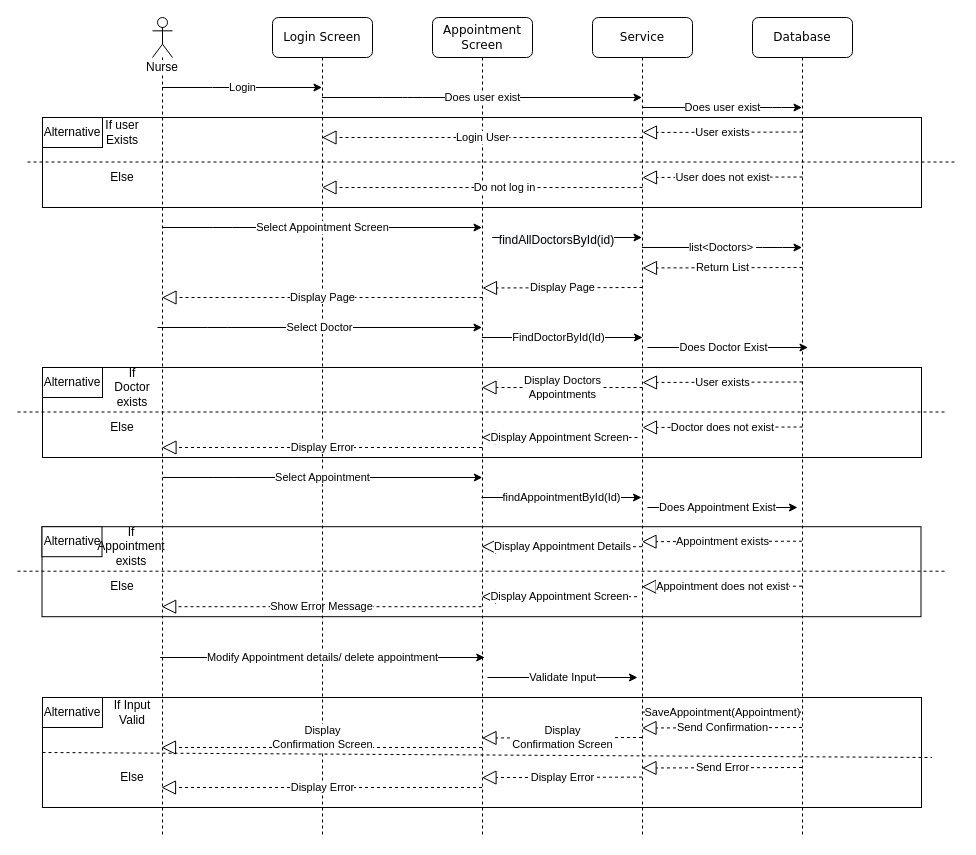
Earlier version of the draw.io diagram page "Modify/ Delete Appointment" (3 of 5) of Sequence/Nurse Sequence Diagram.drawio (mattdear/circle-lab-project). Source tidied: cells renumbered, new cells numbered last; positions are measured from the earlier drawing's top-left corner, leaving out a move shared by most shapes. Both pictures are drawn from the tidied source at 100%, with x=0, y=0 at pixel (17, 17).
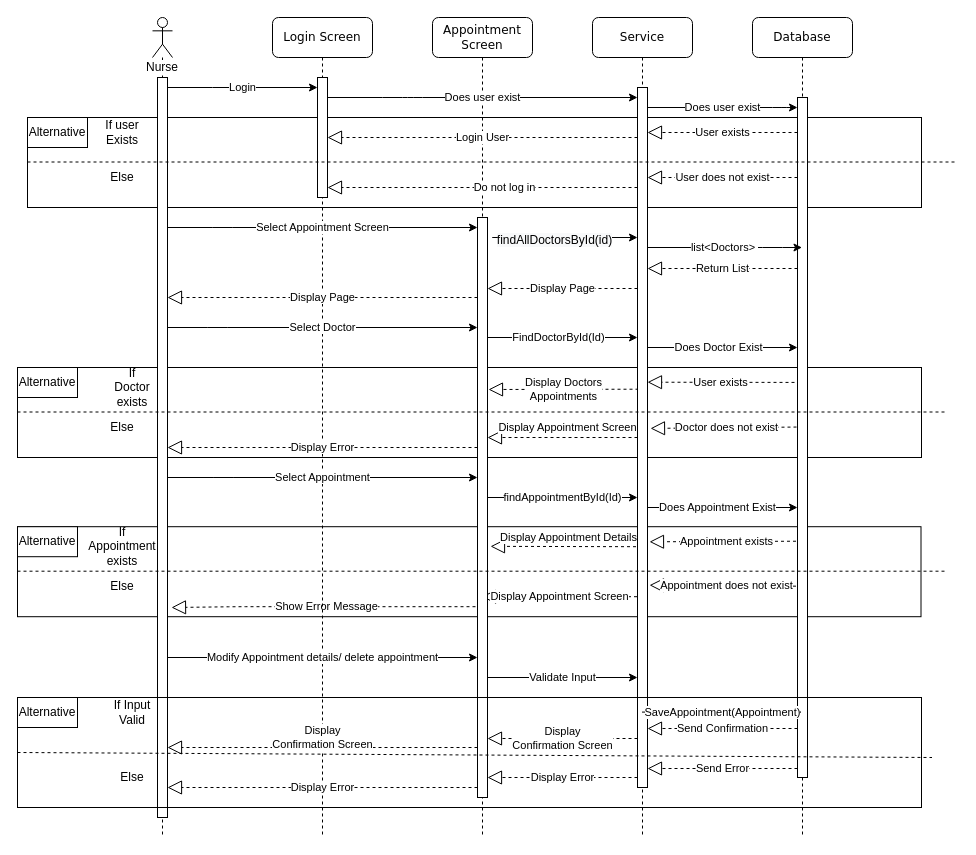
The same diagram, later.

The change refers to these unchanged cells:
```xml
<mxCell id="19" value="Appointment Screen" style="shape=umlLifeline;perimeter=lifelinePerimeter;whiteSpace=wrap;html=1;outlineConnect=0;rounded=1;shadow=0;comic=0;labelBackgroundColor=none;strokeWidth=1;fontFamily=Verdana;fontSize=12;align=center;" parent="1" vertex="1">
  <mxGeometry x="415" width="100" height="820" as="geometry" />
</mxCell>
<mxCell id="20" value="Nurse" style="shape=umlLifeline;participant=umlActor;perimeter=lifelinePerimeter;whiteSpace=wrap;html=1;verticalAlign=top;spacingTop=36;labelBackgroundColor=#ffffff;outlineConnect=0;" parent="1" vertex="1">
  <mxGeometry x="135" width="20" height="820" as="geometry" />
</mxCell>
<mxCell id="21" value="Login Screen" style="shape=umlLifeline;perimeter=lifelinePerimeter;whiteSpace=wrap;html=1;outlineConnect=0;rounded=1;shadow=0;comic=0;labelBackgroundColor=none;strokeWidth=1;fontFamily=Verdana;fontSize=12;align=center;" parent="1" vertex="1">
  <mxGeometry x="255" width="100" height="820" as="geometry" />
</mxCell>
<mxCell id="22" value="Service" style="shape=umlLifeline;perimeter=lifelinePerimeter;whiteSpace=wrap;html=1;outlineConnect=0;rounded=1;shadow=0;comic=0;labelBackgroundColor=none;strokeWidth=1;fontFamily=Verdana;fontSize=12;align=center;" parent="1" vertex="1">
  <mxGeometry x="575" width="100" height="820" as="geometry" />
</mxCell>
<mxCell id="23" value="Database" style="shape=umlLifeline;perimeter=lifelinePerimeter;whiteSpace=wrap;html=1;outlineConnect=0;rounded=1;shadow=0;comic=0;labelBackgroundColor=none;strokeWidth=1;fontFamily=Verdana;fontSize=12;align=center;" parent="1" vertex="1">
  <mxGeometry x="735" width="100" height="820" as="geometry" />
</mxCell>
```

What changed in the source:
```diff
@@
     <mxCell id="2" style="rounded=0;whiteSpace=wrap;html=1;" parent="1" vertex="1">
-      <mxGeometry x="24.5" y="509.2" width="879" height="90" as="geometry" />
+      <mxGeometry y="509.2" width="903.5" height="90" as="geometry" />
     </mxCell>
-    <mxCell id="3" value="Appointment exists" style="endArrow=block;dashed=1;endFill=0;endSize=12;html=1;" parent="1" edge="1">
+    <mxCell id="3" value="Appointment exists" style="endArrow=block;dashed=1;endFill=0;endSize=12;html=1;entryX=1.2;entryY=0.649;entryDx=0;entryDy=0;entryPerimeter=0;" parent="1" edge="1" target="69">
       <mxGeometry relative="1" as="geometry">
         <mxPoint x="784.5" y="523.7" as="sourcePoint" />
-        <mxPoint x="624.5" y="524.2" as="targetPoint" />
       </mxGeometry>
     </mxCell>
     <mxCell id="4" value="Alternative" style="rounded=0;whiteSpace=wrap;html=1;" parent="1" vertex="1">
-      <mxGeometry x="24.5" y="509.2" width="60" height="30" as="geometry" />
+      <mxGeometry y="509.2" width="60" height="30" as="geometry" />
     </mxCell>
     <mxCell id="5" value="If Appointment exists" style="text;html=1;strokeColor=none;fillColor=none;align=center;verticalAlign=middle;whiteSpace=wrap;rounded=0;" parent="1" vertex="1">
-      <mxGeometry x="94" y="519.2" width="40" height="20" as="geometry" />
+      <mxGeometry x="84.5" y="519.2" width="40" height="20" as="geometry" />
     </mxCell>
-    <mxCell id="6" value="Display Appointment Details" style="endArrow=block;dashed=1;endFill=0;endSize=12;html=1;" parent="1" edge="1">
-      <mxGeometry relative="1" as="geometry">
+    <mxCell id="6" value="Display Appointment Details" style="endArrow=block;dashed=1;endFill=0;endSize=12;html=1;entryX=1.3;entryY=0.567;entryDx=0;entryDy=0;entryPerimeter=0;" parent="1" edge="1" target="66">
+      <mxGeometry x="-0.02" y="-9" relative="1" as="geometry">
         <mxPoint x="624.5" y="529.2" as="sourcePoint" />
-        <mxPoint x="464.2" y="529.2" as="targetPoint" />
       </mxGeometry>
     </mxCell>
@@
-    <mxCell id="8" value="Appointment does not exist" style="endArrow=block;dashed=1;endFill=0;endSize=12;html=1;" parent="1" edge="1">
+    <mxCell id="8" value="Appointment does not exist" style="endArrow=block;dashed=1;endFill=0;endSize=12;html=1;entryX=1.2;entryY=0.711;entryDx=0;entryDy=0;entryPerimeter=0;" parent="1" edge="1" target="69">
       <mxGeometry relative="1" as="geometry">
         <mxPoint x="784.5" y="568.7" as="sourcePoint" />
-        <mxPoint x="624.5" y="569.2" as="targetPoint" />
       </mxGeometry>
     </mxCell>
@@
     <mxCell id="10" value="Show Error Message" style="endArrow=block;dashed=1;endFill=0;endSize=12;html=1;" parent="1" edge="1">
       <mxGeometry relative="1" as="geometry">
         <mxPoint x="464" y="589.2" as="sourcePoint" />
-        <mxPoint x="144.2" y="589.2" as="targetPoint" />
+        <mxPoint x="154" y="590" as="targetPoint" />
         <Array as="points">
           <mxPoint x="219.5" y="589.2" />
         </Array>
       </mxGeometry>
     </mxCell>
     <mxCell id="11" style="rounded=0;whiteSpace=wrap;html=1;" parent="1" vertex="1">
-      <mxGeometry x="25" y="350" width="879" height="90" as="geometry" />
+      <mxGeometry y="350" width="904" height="90" as="geometry" />
     </mxCell>
-    <mxCell id="12" value="User exists" style="endArrow=block;dashed=1;endFill=0;endSize=12;html=1;" parent="1" edge="1">
-      <mxGeometry relative="1" as="geometry">
-        <mxPoint x="785" y="364.5" as="sourcePoint" />
-        <mxPoint x="625" y="365" as="targetPoint" />
-      </mxGeometry>
+    <mxCell id="12" value="User exists" style="endArrow=block;dashed=1;endFill=0;endSize=12;html=1;entryX=1;entryY=0.421;entryDx=0;entryDy=0;entryPerimeter=0;exitX=-0.3;exitY=0.419;exitDx=0;exitDy=0;exitPerimeter=0;" parent="1" edge="1" source="70" target="69">
+      <mxGeometry relative="1" as="geometry" />
     </mxCell>
     <mxCell id="13" value="Alternative" style="rounded=0;whiteSpace=wrap;html=1;" parent="1" vertex="1">
-      <mxGeometry x="25" y="350" width="60" height="30" as="geometry" />
+      <mxGeometry y="350" width="60" height="30" as="geometry" />
     </mxCell>
@@
-    <mxCell id="15" value="Display Doctors&lt;br&gt;Appointments" style="endArrow=block;dashed=1;endFill=0;endSize=12;html=1;" parent="1" edge="1" target="19">
+    <mxCell id="15" value="Display Doctors&lt;br&gt;Appointments" style="endArrow=block;dashed=1;endFill=0;endSize=12;html=1;exitX=0.1;exitY=0.431;exitDx=0;exitDy=0;exitPerimeter=0;" parent="1" edge="1" source="69">
       <mxGeometry relative="1" as="geometry">
-        <mxPoint x="625" y="370" as="sourcePoint" />
+        <mxPoint x="471" y="372" as="targetPoint" />
       </mxGeometry>
     </mxCell>
@@
-    <mxCell id="17" value="Doctor does not exist" style="endArrow=block;dashed=1;endFill=0;endSize=12;html=1;" parent="1" edge="1">
+    <mxCell id="17" value="Doctor does not exist" style="endArrow=block;dashed=1;endFill=0;endSize=12;html=1;entryX=1.3;entryY=0.487;entryDx=0;entryDy=0;entryPerimeter=0;" parent="1" edge="1" target="69">
       <mxGeometry relative="1" as="geometry">
         <mxPoint x="785" y="409.5" as="sourcePoint" />
-        <mxPoint x="625" y="410" as="targetPoint" />
       </mxGeometry>
     </mxCell>
     <mxCell id="18" style="rounded=0;whiteSpace=wrap;html=1;" parent="1" vertex="1">
-      <mxGeometry x="25" y="100" width="879" height="90" as="geometry" />
+      <mxGeometry x="10" y="100" width="894" height="90" as="geometry" />
     </mxCell>
@@
+    <mxCell id="66" style="html=1;points=[];perimeter=orthogonalPerimeter;fillColor=#ffffff;" parent="19" vertex="1">
+      <mxGeometry x="45" y="200" width="10" height="580" as="geometry" />
+    </mxCell>
@@
+    <mxCell id="67" style="html=1;perimeter=orthogonalPerimeter;fillColor=#ffffff;" parent="20" vertex="1">
+      <mxGeometry x="5" y="60" width="10" height="740" as="geometry" />
+    </mxCell>
@@
+    <mxCell id="68" style="html=1;perimeter=orthogonalPerimeter;fillColor=#ffffff;" parent="21" vertex="1">
+      <mxGeometry x="45" y="60" width="10" height="120" as="geometry" />
+    </mxCell>
@@
+    <mxCell id="69" style="html=1;points=[];perimeter=orthogonalPerimeter;fillColor=#ffffff;" parent="22" vertex="1">
+      <mxGeometry x="45" y="70" width="10" height="700" as="geometry" />
+    </mxCell>
@@
+    <mxCell id="70" style="html=1;points=[];perimeter=orthogonalPerimeter;fillColor=#ffffff;" parent="23" vertex="1">
+      <mxGeometry x="45" y="80" width="10" height="680" as="geometry" />
+    </mxCell>
-    <mxCell id="24" value="Login" style="endArrow=classic;html=1;" parent="1" edge="1" source="20" target="21">
+    <mxCell id="24" value="Login" style="endArrow=classic;html=1;" parent="1" edge="1">
       <mxGeometry relative="1" as="geometry">
+        <mxPoint x="150" y="70" as="sourcePoint" />
+        <mxPoint x="300" y="70" as="targetPoint" />
         <Array as="points">
           <mxPoint x="205" y="70" />
         </Array>
       </mxGeometry>
     </mxCell>
-    <mxCell id="25" value="Does user exist" style="endArrow=classic;html=1;" parent="1" edge="1" source="21" target="22">
+    <mxCell id="25" value="Does user exist" style="endArrow=classic;html=1;" parent="1" edge="1">
       <mxGeometry relative="1" as="geometry">
+        <mxPoint x="310" y="80" as="sourcePoint" />
+        <mxPoint x="620" y="80" as="targetPoint" />
         <Array as="points">
           <mxPoint x="375" y="80" />
           <mxPoint x="395" y="80" />
         </Array>
       </mxGeometry>
     </mxCell>
-    <mxCell id="26" value="Does user exist" style="endArrow=classic;html=1;" parent="1" edge="1" source="22" target="23">
+    <mxCell id="26" value="Does user exist" style="endArrow=classic;html=1;" parent="1" edge="1">
       <mxGeometry relative="1" as="geometry">
+        <mxPoint x="630" y="90" as="sourcePoint" />
+        <mxPoint x="780" y="90" as="targetPoint" />
         <Array as="points">
           <mxPoint x="725" y="90" />
           <mxPoint x="765" y="90" />
         </Array>
       </mxGeometry>
     </mxCell>
     <mxCell id="27" value="User exists" style="endArrow=block;dashed=1;endFill=0;endSize=12;html=1;" parent="1" edge="1">
       <mxGeometry relative="1" as="geometry">
-        <mxPoint x="785" y="114.5" as="sourcePoint" />
-        <mxPoint x="625" y="115" as="targetPoint" />
+        <mxPoint x="780" y="115" as="sourcePoint" />
+        <mxPoint x="630" y="115" as="targetPoint" />
       </mxGeometry>
     </mxCell>
     <mxCell id="28" value="Alternative" style="rounded=0;whiteSpace=wrap;html=1;" parent="1" vertex="1">
-      <mxGeometry x="25" y="100" width="60" height="30" as="geometry" />
+      <mxGeometry x="10" y="100" width="60" height="30" as="geometry" />
     </mxCell>
@@
-    <mxCell id="30" value="Login User" style="endArrow=block;dashed=1;endFill=0;endSize=12;html=1;" parent="1" edge="1" target="21">
+    <mxCell id="30" value="Login User" style="endArrow=block;dashed=1;endFill=0;endSize=12;html=1;" parent="1" edge="1">
       <mxGeometry relative="1" as="geometry">
-        <mxPoint x="625" y="120" as="sourcePoint" />
+        <mxPoint x="620" y="120" as="sourcePoint" />
+        <mxPoint x="310" y="120" as="targetPoint" />
       </mxGeometry>
     </mxCell>
@@
     <mxCell id="32" value="User does not exist" style="endArrow=block;dashed=1;endFill=0;endSize=12;html=1;" parent="1" edge="1">
       <mxGeometry relative="1" as="geometry">
-        <mxPoint x="785" y="159.5" as="sourcePoint" />
-        <mxPoint x="625" y="160" as="targetPoint" />
+        <mxPoint x="780" y="160" as="sourcePoint" />
+        <mxPoint x="630" y="160" as="targetPoint" />
       </mxGeometry>
     </mxCell>
-    <mxCell id="33" value="Do not log in" style="endArrow=block;dashed=1;endFill=0;endSize=12;html=1;" parent="1" edge="1" target="21">
+    <mxCell id="33" value="Do not log in" style="endArrow=block;dashed=1;endFill=0;endSize=12;html=1;" parent="1" edge="1">
       <mxGeometry x="-0.14" relative="1" as="geometry">
-        <mxPoint x="625" y="170" as="sourcePoint" />
+        <mxPoint x="620" y="170" as="sourcePoint" />
+        <mxPoint x="310" y="170" as="targetPoint" />
       </mxGeometry>
     </mxCell>
-    <mxCell id="34" value="Select Appointment Screen" style="endArrow=classic;html=1;" parent="1" edge="1" target="19">
+    <mxCell id="34" value="Select Appointment Screen" style="endArrow=classic;html=1;" parent="1" edge="1">
       <mxGeometry relative="1" as="geometry">
-        <mxPoint x="145" y="210" as="sourcePoint" />
+        <mxPoint x="150" y="210" as="sourcePoint" />
+        <mxPoint x="460" y="210" as="targetPoint" />
         <Array as="points">
           <mxPoint x="205.3" y="210" />
         </Array>
       </mxGeometry>
     </mxCell>
-    <mxCell id="35" style="endArrow=classic;html=1;" parent="1" edge="1" target="22">
+    <mxCell id="35" style="endArrow=classic;html=1;" parent="1" edge="1">
       <mxGeometry relative="1" as="geometry">
         <mxPoint x="490" y="220" as="sourcePoint" />
+        <mxPoint x="620" y="220" as="targetPoint" />
         <Array as="points">
           <mxPoint x="470" y="220" />
         </Array>
       </mxGeometry>
     </mxCell>
@@
-    <mxCell id="37" value="list&amp;lt;Doctors&amp;gt;&amp;nbsp;" style="endArrow=classic;html=1;" parent="1" edge="1" source="22" target="23">
+    <mxCell id="37" value="list&amp;lt;Doctors&amp;gt;&amp;nbsp;" style="endArrow=classic;html=1;" parent="1" edge="1" target="23">
       <mxGeometry relative="1" as="geometry">
+        <mxPoint x="630" y="230" as="sourcePoint" />
         <Array as="points">
           <mxPoint x="755" y="230" />
         </Array>
       </mxGeometry>
     </mxCell>
     <mxCell id="38" value="Return List" style="endArrow=block;dashed=1;endFill=0;endSize=12;html=1;" parent="1" edge="1">
       <mxGeometry relative="1" as="geometry">
-        <mxPoint x="785" y="250" as="sourcePoint" />
-        <mxPoint x="625" y="250.5" as="targetPoint" />
+        <mxPoint x="780" y="251" as="sourcePoint" />
+        <mxPoint x="630" y="251" as="targetPoint" />
       </mxGeometry>
     </mxCell>
     <mxCell id="39" value="Display Page" style="endArrow=block;dashed=1;endFill=0;endSize=12;html=1;" parent="1" edge="1">
       <mxGeometry relative="1" as="geometry">
-        <mxPoint x="625" y="270" as="sourcePoint" />
-        <mxPoint x="465" y="270.5" as="targetPoint" />
+        <mxPoint x="620" y="271" as="sourcePoint" />
+        <mxPoint x="470" y="271" as="targetPoint" />
       </mxGeometry>
     </mxCell>
-    <mxCell id="40" value="Display Page" style="endArrow=block;dashed=1;endFill=0;endSize=12;html=1;" parent="1" edge="1" target="20">
+    <mxCell id="40" value="Display Page" style="endArrow=block;dashed=1;endFill=0;endSize=12;html=1;" parent="1" edge="1">
       <mxGeometry relative="1" as="geometry">
-        <mxPoint x="465" y="280" as="sourcePoint" />
+        <mxPoint x="460" y="280" as="sourcePoint" />
+        <mxPoint x="150" y="280" as="targetPoint" />
       </mxGeometry>
     </mxCell>
     <mxCell id="41" value="Select Appointment" style="endArrow=classic;html=1;" parent="1" edge="1">
       <mxGeometry relative="1" as="geometry">
-        <mxPoint x="145.2" y="460" as="sourcePoint" />
-        <mxPoint x="464.8" y="460" as="targetPoint" />
+        <mxPoint x="150" y="460" as="sourcePoint" />
+        <mxPoint x="460" y="460" as="targetPoint" />
         <Array as="points">
           <mxPoint x="205.6" y="460" />
         </Array>
       </mxGeometry>
     </mxCell>
     <mxCell id="42" value="findAppointmentById(Id)" style="endArrow=classic;html=1;" parent="1" edge="1">
       <mxGeometry relative="1" as="geometry">
-        <mxPoint x="464" y="480" as="sourcePoint" />
-        <mxPoint x="624" y="480" as="targetPoint" />
+        <mxPoint x="470" y="480" as="sourcePoint" />
+        <mxPoint x="620" y="480" as="targetPoint" />
         <Array as="points">
           <mxPoint x="564.5" y="480" />
         </Array>
       </mxGeometry>
     </mxCell>
-    <mxCell id="43" value="Select Doctor" style="endArrow=classic;html=1;" parent="1" edge="1" target="19">
+    <mxCell id="43" value="Select Doctor" style="endArrow=classic;html=1;" parent="1" edge="1">
       <mxGeometry relative="1" as="geometry">
-        <mxPoint x="140" y="310" as="sourcePoint" />
+        <mxPoint x="150" y="310" as="sourcePoint" />
+        <mxPoint x="460" y="310" as="targetPoint" />
         <Array as="points">
           <mxPoint x="200.3" y="310" />
         </Array>
       </mxGeometry>
     </mxCell>
-    <mxCell id="44" value="FindDoctorById(Id)" style="endArrow=classic;html=1;" parent="1" edge="1" source="19" target="22">
+    <mxCell id="44" value="FindDoctorById(Id)" style="endArrow=classic;html=1;" parent="1" edge="1">
       <mxGeometry x="-0.06" relative="1" as="geometry">
-        <Array as="points">
-          <mxPoint x="465" y="320" />
-          <mxPoint x="625" y="320" />
-        </Array>
+        <mxPoint x="470" y="320" as="sourcePoint" />
+        <mxPoint x="620" y="320" as="targetPoint" />
       </mxGeometry>
     </mxCell>
     <mxCell id="45" value="Does Doctor Exist" style="endArrow=classic;html=1;" parent="1" edge="1">
       <mxGeometry x="-0.06" relative="1" as="geometry">
         <mxPoint x="630" y="330" as="sourcePoint" />
-        <mxPoint x="790" y="330" as="targetPoint" />
+        <mxPoint x="780" y="330" as="targetPoint" />
         <Array as="points">
           <mxPoint x="630.5" y="330" />
-          <mxPoint x="790.5" y="330" />
         </Array>
       </mxGeometry>
     </mxCell>
-    <mxCell id="46" value="Display Appointment Screen" style="endArrow=block;dashed=1;endFill=0;endSize=12;html=1;" parent="1" edge="1" target="19">
-      <mxGeometry relative="1" as="geometry">
+    <mxCell id="46" value="Display Appointment Screen" style="endArrow=block;dashed=1;endFill=0;endSize=12;html=1;" parent="1" edge="1">
+      <mxGeometry x="-0.07" y="-10" relative="1" as="geometry">
         <mxPoint x="620" y="420" as="sourcePoint" />
+        <mxPoint x="470" y="420" as="targetPoint" />
       </mxGeometry>
     </mxCell>
-    <mxCell id="47" value="Display Error" style="endArrow=block;dashed=1;endFill=0;endSize=12;html=1;" parent="1" edge="1" source="19" target="20">
+    <mxCell id="47" value="Display Error" style="endArrow=block;dashed=1;endFill=0;endSize=12;html=1;" parent="1" edge="1">
       <mxGeometry relative="1" as="geometry">
+        <mxPoint x="460" y="430" as="sourcePoint" />
+        <mxPoint x="150" y="430" as="targetPoint" />
         <Array as="points">
           <mxPoint x="220" y="430" />
         </Array>
       </mxGeometry>
     </mxCell>
@@
     <mxCell id="52" value="Modify Appointment details/ delete appointment" style="endArrow=classic;html=1;" parent="1" edge="1">
       <mxGeometry relative="1" as="geometry">
-        <mxPoint x="142.7" y="640" as="sourcePoint" />
-        <mxPoint x="467.2" y="640" as="targetPoint" />
+        <mxPoint x="150" y="640" as="sourcePoint" />
+        <mxPoint x="460" y="640" as="targetPoint" />
         <Array as="points">
           <mxPoint x="203.1" y="640" />
         </Array>
       </mxGeometry>
     </mxCell>
@@
     <mxCell id="54" style="rounded=0;whiteSpace=wrap;html=1;fillColor=none;" parent="1" vertex="1">
-      <mxGeometry x="25" y="680" width="879" height="110" as="geometry" />
+      <mxGeometry y="680" width="904" height="110" as="geometry" />
     </mxCell>
     <mxCell id="55" value="Alternative" style="rounded=0;whiteSpace=wrap;html=1;" parent="1" vertex="1">
-      <mxGeometry x="25" y="680" width="60" height="30" as="geometry" />
+      <mxGeometry y="680" width="60" height="30" as="geometry" />
     </mxCell>
@@
     <mxCell id="58" value="Send Confirmation" style="endArrow=block;dashed=1;endFill=0;endSize=12;html=1;" parent="1" edge="1">
       <mxGeometry relative="1" as="geometry">
-        <mxPoint x="784.5" y="710" as="sourcePoint" />
-        <mxPoint x="624.5" y="710.5" as="targetPoint" />
+        <mxPoint x="780" y="711" as="sourcePoint" />
+        <mxPoint x="630" y="711" as="targetPoint" />
       </mxGeometry>
     </mxCell>
     <mxCell id="59" value="Display &lt;br&gt;Confirmation Screen" style="endArrow=block;dashed=1;endFill=0;endSize=12;html=1;" parent="1" edge="1">
       <mxGeometry relative="1" as="geometry">
-        <mxPoint x="624.5" y="720" as="sourcePoint" />
-        <mxPoint x="464.5" y="720.5" as="targetPoint" />
+        <mxPoint x="620" y="721" as="sourcePoint" />
+        <mxPoint x="470" y="721" as="targetPoint" />
       </mxGeometry>
     </mxCell>
     <mxCell id="60" value="Display &lt;br&gt;Confirmation Screen" style="endArrow=block;dashed=1;endFill=0;endSize=12;html=1;" parent="1" edge="1">
       <mxGeometry y="-10" relative="1" as="geometry">
-        <mxPoint x="464.5" y="730" as="sourcePoint" />
-        <mxPoint x="144" y="730" as="targetPoint" />
+        <mxPoint x="460" y="730" as="sourcePoint" />
+        <mxPoint x="150" y="730" as="targetPoint" />
         <Array as="points">
           <mxPoint x="384.5" y="730" />
         </Array>
       </mxGeometry>
     </mxCell>
@@
     <mxCell id="63" value="Send Error" style="endArrow=block;dashed=1;endFill=0;endSize=12;html=1;" parent="1" edge="1">
       <mxGeometry relative="1" as="geometry">
-        <mxPoint x="784.5" y="750" as="sourcePoint" />
-        <mxPoint x="624.5" y="750.5" as="targetPoint" />
+        <mxPoint x="780" y="751" as="sourcePoint" />
+        <mxPoint x="630" y="751" as="targetPoint" />
       </mxGeometry>
     </mxCell>
     <mxCell id="64" value="Display Error" style="endArrow=block;dashed=1;endFill=0;endSize=12;html=1;" parent="1" edge="1">
       <mxGeometry relative="1" as="geometry">
-        <mxPoint x="624.5" y="759.6" as="sourcePoint" />
-        <mxPoint x="464.5" y="760.1" as="targetPoint" />
+        <mxPoint x="620" y="760" as="sourcePoint" />
+        <mxPoint x="470" y="760" as="targetPoint" />
       </mxGeometry>
     </mxCell>
     <mxCell id="65" value="Display Error" style="endArrow=block;dashed=1;endFill=0;endSize=12;html=1;" parent="1" edge="1">
       <mxGeometry relative="1" as="geometry">
-        <mxPoint x="464.5" y="770" as="sourcePoint" />
-        <mxPoint x="144" y="770" as="targetPoint" />
+        <mxPoint x="460" y="770" as="sourcePoint" />
+        <mxPoint x="150" y="770" as="targetPoint" />
       </mxGeometry>
     </mxCell>
```
